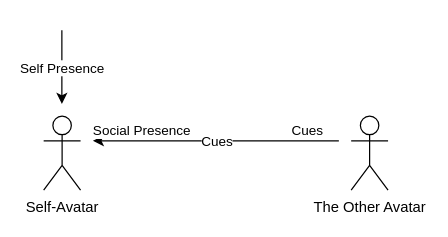
Before: Logic of Research.drawio in LuengEasy/with-LuengEasy, a draw.io diagram. Source tidied: cells renumbered, new cells numbered last; positions are measured from the earlier drawing's top-left corner, leaving out a move shared by most shapes. Both pictures are drawn from the tidied source at 123%, with x=0, y=0 at pixel (43, 30).
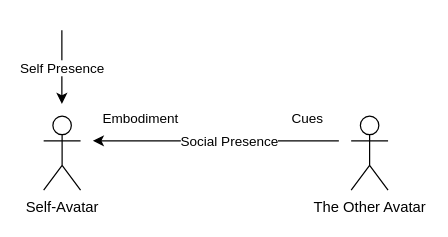
The same diagram, later.

Diff of the diagram source:
```diff
@@
 <mxGraphModel>
   <root>
     <mxCell id="0" />
     <mxCell id="1" parent="0" />
     <mxCell id="2" value="Self-Avatar" style="shape=umlActor;verticalLabelPosition=bottom;verticalAlign=top;html=1;" parent="1" vertex="1">
       <mxGeometry y="70" width="30" height="60" as="geometry" />
     </mxCell>
     <mxCell id="3" value="The Other Avatar" style="shape=umlActor;verticalLabelPosition=bottom;verticalAlign=top;html=1;" parent="1" vertex="1">
       <mxGeometry x="250" y="70" width="30" height="60" as="geometry" />
     </mxCell>
     <mxCell id="4" style="endArrow=classic;html=1;rounded=0;" parent="1" edge="1">
       <mxGeometry relative="1" as="geometry">
         <mxPoint x="240" y="90" as="sourcePoint" />
         <mxPoint x="40" y="90" as="targetPoint" />
       </mxGeometry>
     </mxCell>
-    <mxCell id="5" value="Cues" style="edgeLabel;html=1;align=center;verticalAlign=middle;" parent="4" vertex="1">
-      <mxGeometry relative="1" as="geometry" />
+    <mxCell id="5" value="&lt;span style=&quot;text-align: right;&quot;&gt;Social Presence&lt;/span&gt;" style="edgeLabel;html=1;align=center;verticalAlign=middle;" parent="4" vertex="1">
+      <mxGeometry relative="1" as="geometry">
+        <mxPoint x="10" as="offset" />
+      </mxGeometry>
     </mxCell>
     <mxCell id="6" value="Cues" style="edgeLabel;html=1;align=left;verticalAlign=bottom;" parent="4" vertex="1">
       <mxGeometry x="-1" relative="1" as="geometry">
-        <mxPoint x="-40" as="offset" />
+        <mxPoint x="-40" y="-10" as="offset" />
       </mxGeometry>
     </mxCell>
-    <mxCell id="7" value="Social Presence" style="edgeLabel;html=1;align=right;verticalAlign=bottom;" parent="4" vertex="1">
+    <mxCell id="7" value="Embodiment" style="edgeLabel;html=1;align=right;verticalAlign=bottom;" parent="4" vertex="1">
       <mxGeometry x="1" relative="1" as="geometry">
-        <mxPoint x="80" as="offset" />
+        <mxPoint x="70" y="-10" as="offset" />
       </mxGeometry>
     </mxCell>
     <mxCell id="8" style="endArrow=classic;html=1;rounded=0;" parent="1" edge="1">
       <mxGeometry relative="1" as="geometry">
         <mxPoint x="14.8" as="sourcePoint" />
         <mxPoint x="14.8" y="60" as="targetPoint" />
         <Array as="points">
           <mxPoint x="14.8" />
         </Array>
       </mxGeometry>
     </mxCell>
     <mxCell id="9" value="Self Presence" style="edgeLabel;html=1;align=center;verticalAlign=middle;" parent="8" vertex="1">
       <mxGeometry x="0.11" relative="1" as="geometry">
         <mxPoint y="-3" as="offset" />
       </mxGeometry>
     </mxCell>
   </root>
 </mxGraphModel>
```
